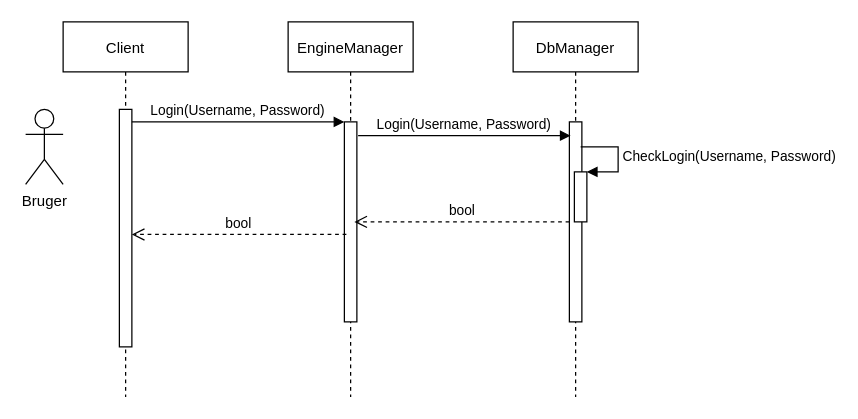
The draw.io diagram Diagrammer/Filer/Sekvens/Login SD.drawio in Olivervesth/KortKlubben, before the edit. Source tidied: cells renumbered, new cells numbered last; positions are measured from the earlier drawing's top-left corner, leaving out a move shared by most shapes. Both pictures are drawn from the tidied source at 125%, with x=0, y=0 at pixel (25, 21).
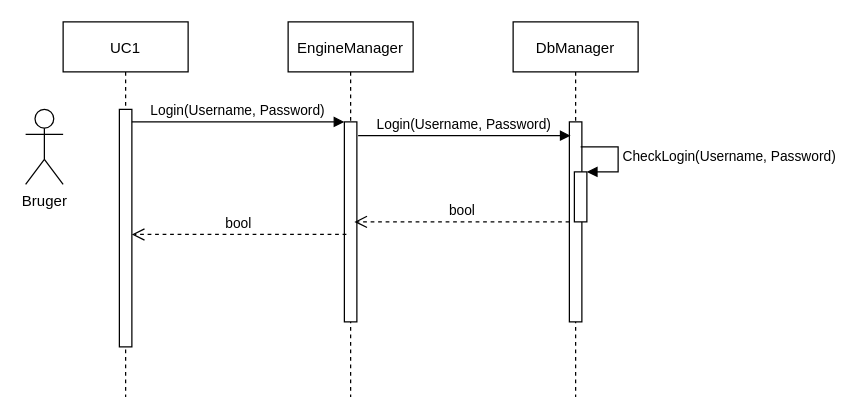
The same diagram, later.

What changed in the source:
```diff
@@
 <mxGraphModel>
   <root>
     <mxCell id="0" />
     <mxCell id="1" parent="0" />
-    <mxCell id="2" value="Client" style="shape=umlLifeline;perimeter=lifelinePerimeter;rounded=0;shadow=0;strokeWidth=1;" parent="1" vertex="1">
+    <mxCell id="2" value="UC1" style="shape=umlLifeline;perimeter=lifelinePerimeter;rounded=0;shadow=0;strokeWidth=1;" parent="1" vertex="1">
       <mxGeometry x="30" width="100" height="300" as="geometry" />
     </mxCell>
     <mxCell id="3" style="points=[];perimeter=orthogonalPerimeter;rounded=0;shadow=0;strokeWidth=1;" parent="2" vertex="1">
       <mxGeometry x="45" y="70" width="10" height="190" as="geometry" />
     </mxCell>
     <mxCell id="4" value="EngineManager" style="shape=umlLifeline;perimeter=lifelinePerimeter;rounded=0;shadow=0;strokeWidth=1;" parent="1" vertex="1">
       <mxGeometry x="210" width="100" height="300" as="geometry" />
     </mxCell>
     <mxCell id="5" style="points=[];perimeter=orthogonalPerimeter;rounded=0;shadow=0;strokeWidth=1;" parent="4" vertex="1">
       <mxGeometry x="45" y="80" width="10" height="160" as="geometry" />
     </mxCell>
     <mxCell id="6" value="bool" style="verticalAlign=bottom;endArrow=open;dashed=1;endSize=8;shadow=0;strokeWidth=1;exitX=0.159;exitY=0.563;exitDx=0;exitDy=0;exitPerimeter=0;" parent="1" edge="1" source="5" target="3">
       <mxGeometry relative="1" as="geometry" />
     </mxCell>
     <mxCell id="7" value="Login(Username, Password)" style="verticalAlign=bottom;endArrow=block;entryX=0;entryY=0;shadow=0;strokeWidth=1;" parent="1" edge="1" source="3" target="5">
       <mxGeometry relative="1" as="geometry" />
     </mxCell>
     <mxCell id="8" value="DbManager" style="shape=umlLifeline;perimeter=lifelinePerimeter;rounded=0;shadow=0;strokeWidth=1;" parent="1" vertex="1">
       <mxGeometry x="390" width="100" height="300" as="geometry" />
     </mxCell>
     <mxCell id="9" style="points=[];perimeter=orthogonalPerimeter;rounded=0;shadow=0;strokeWidth=1;" parent="8" vertex="1">
       <mxGeometry x="45" y="80" width="10" height="160" as="geometry" />
     </mxCell>
     <mxCell id="10" style="html=1;points=[];perimeter=orthogonalPerimeter;" parent="8" vertex="1">
       <mxGeometry x="49" y="120" width="10" height="40" as="geometry" />
     </mxCell>
     <mxCell id="11" value="CheckLogin(Username, Password)" style="edgeStyle=orthogonalEdgeStyle;html=1;align=left;spacingLeft=2;endArrow=block;rounded=0;entryX=1;entryY=0;" parent="8" edge="1" target="10">
       <mxGeometry relative="1" as="geometry">
         <mxPoint x="54" y="100" as="sourcePoint" />
         <Array as="points">
           <mxPoint x="84" y="100" />
         </Array>
       </mxGeometry>
     </mxCell>
     <mxCell id="12" value="Bruger" style="shape=umlActor;verticalLabelPosition=bottom;verticalAlign=top;html=1;" parent="1" vertex="1">
       <mxGeometry y="70" width="30" height="60" as="geometry" />
     </mxCell>
     <mxCell id="13" value="Login(Username, Password)" style="verticalAlign=bottom;endArrow=block;entryX=0;entryY=0;shadow=0;strokeWidth=1;" parent="1" edge="1">
       <mxGeometry relative="1" as="geometry">
         <mxPoint x="266" y="91" as="sourcePoint" />
         <mxPoint x="436" y="91" as="targetPoint" />
       </mxGeometry>
     </mxCell>
     <mxCell id="14" value="bool" style="html=1;verticalAlign=bottom;endArrow=open;dashed=1;endSize=8;rounded=0;" parent="1" edge="1" source="9">
       <mxGeometry relative="1" as="geometry">
         <mxPoint x="263" y="160" as="targetPoint" />
       </mxGeometry>
     </mxCell>
   </root>
 </mxGraphModel>
```
